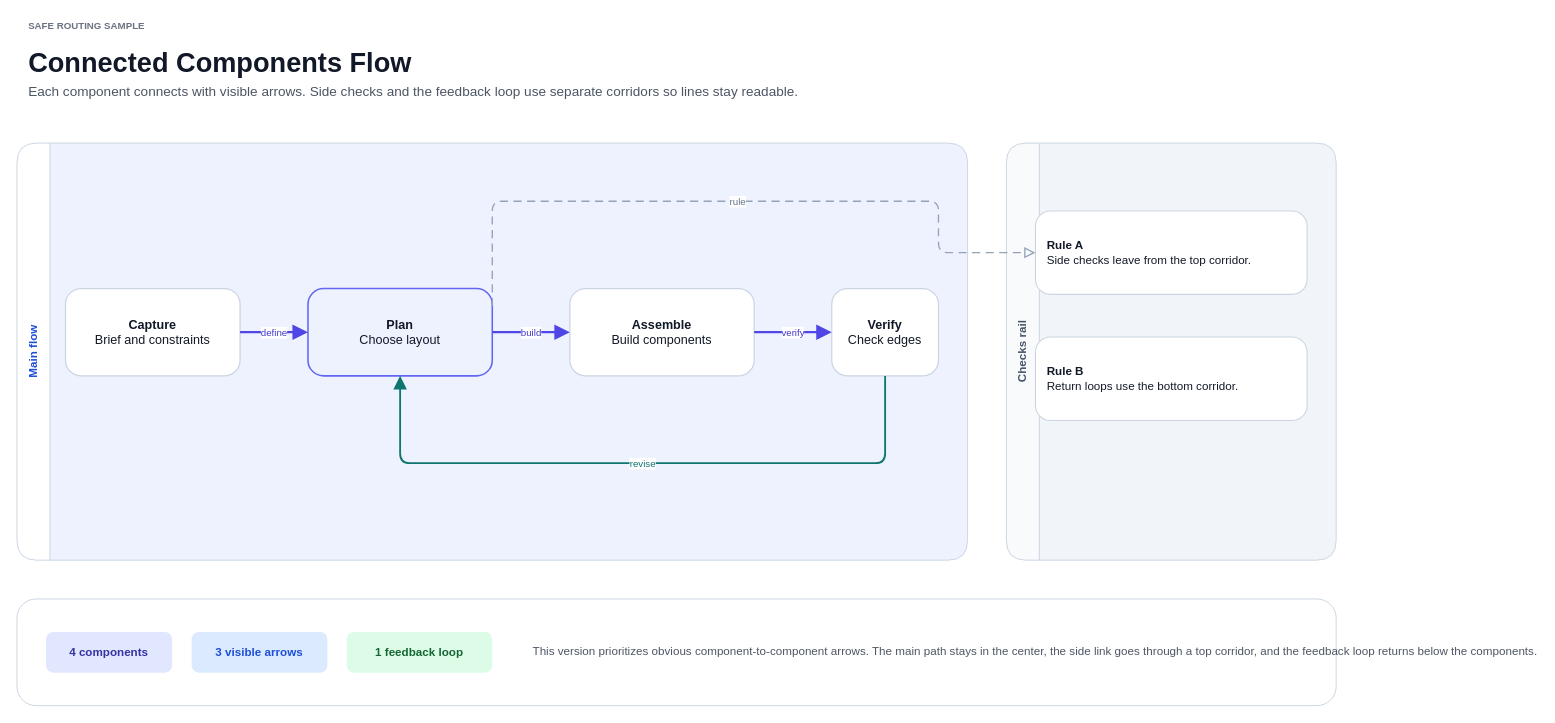
This is assets/safe-layout-routed-canvas.drawio from gigio1023/drawio-agent-skill, a draw.io file, before an edit. Source tidied: cells renumbered, new cells numbered last; positions are measured from the earlier drawing's top-left corner, leaving out a move shared by most shapes. Both pictures are drawn from the tidied source at 97%, with x=0, y=0 at pixel (16, 16).
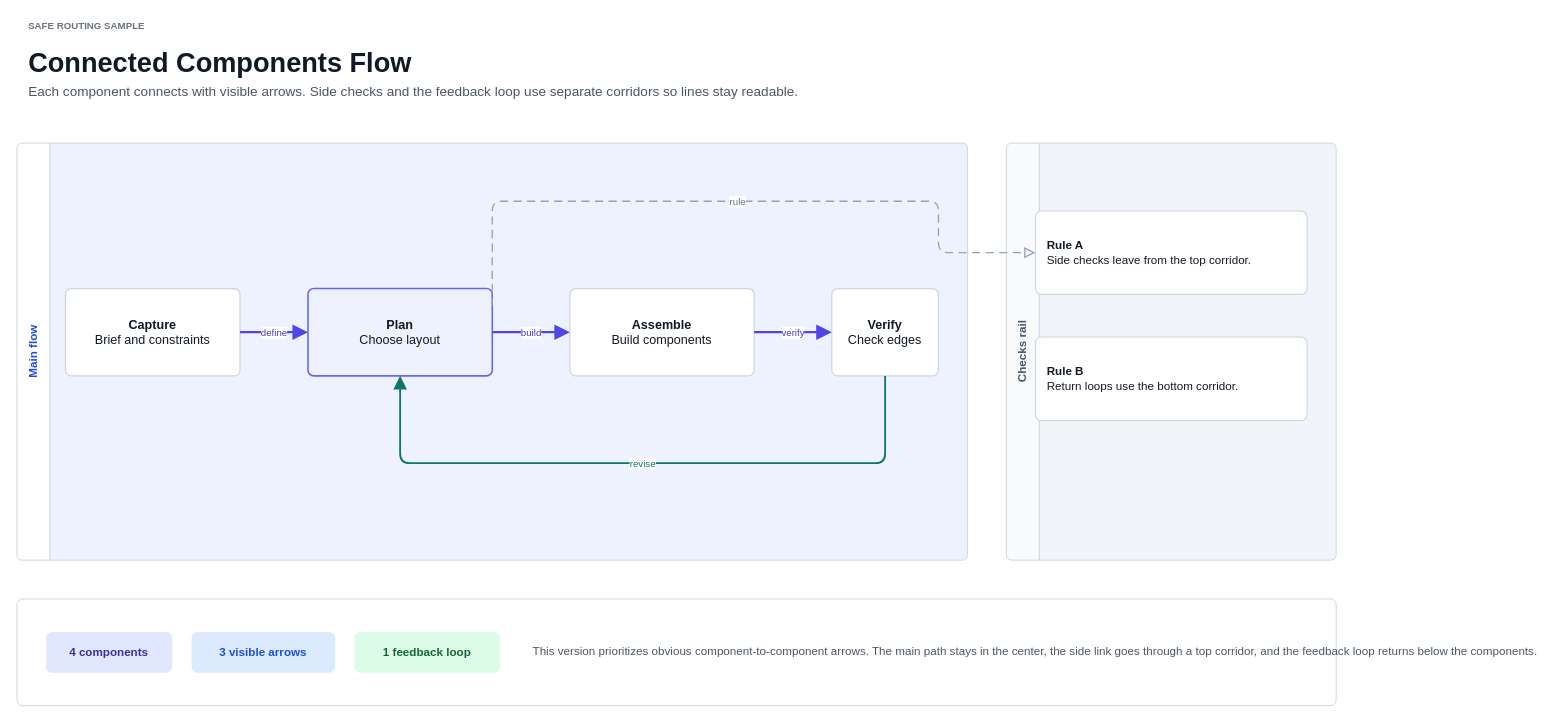
The same diagram, later.

Change to the diagram source:
```diff
@@
-    <mxCell id="5" value="&lt;b&gt;Main flow&lt;/b&gt;" style="swimlane;startSize=34;rounded=1;arcSize=20;html=1;whiteSpace=wrap;fillColor=#FFFFFF;swimlaneFillColor=#EEF2FF;strokeColor=#CBD5E1;fontColor=#1D4ED8;fontStyle=1;horizontal=0;" parent="1" vertex="1">
+    <mxCell id="5" value="&lt;b&gt;Main flow&lt;/b&gt;" style="swimlane;startSize=34;rounded=1;absoluteArcSize=1;arcSize=12;html=1;whiteSpace=wrap;fillColor=#FFFFFF;swimlaneFillColor=#EEF2FF;strokeColor=#CBD5E1;fontColor=#1D4ED8;fontStyle=1;horizontal=0;" parent="1" vertex="1">
       <mxGeometry y="130" width="980" height="430" as="geometry" />
     </mxCell>
-    <mxCell id="6" value="&lt;b&gt;Checks rail&lt;/b&gt;" style="swimlane;startSize=34;rounded=1;arcSize=20;html=1;whiteSpace=wrap;fillColor=#F8FAFC;swimlaneFillColor=#F1F5F9;strokeColor=#CBD5E1;fontColor=#475569;fontStyle=1;horizontal=0;" parent="1" vertex="1">
+    <mxCell id="6" value="&lt;b&gt;Checks rail&lt;/b&gt;" style="swimlane;startSize=34;rounded=1;absoluteArcSize=1;arcSize=12;html=1;whiteSpace=wrap;fillColor=#F8FAFC;swimlaneFillColor=#F1F5F9;strokeColor=#CBD5E1;fontColor=#475569;fontStyle=1;horizontal=0;" parent="1" vertex="1">
       <mxGeometry x="1020" y="130" width="340" height="430" as="geometry" />
     </mxCell>
-    <mxCell id="7" style="rounded=1;html=1;whiteSpace=wrap;fillColor=#FFFFFF;strokeColor=#CBD5E1;arcSize=18;" parent="1" vertex="1">
+    <mxCell id="7" style="rounded=1;absoluteArcSize=1;arcSize=12;html=1;whiteSpace=wrap;fillColor=#FFFFFF;strokeColor=#CBD5E1;" parent="1" vertex="1">
       <mxGeometry y="600" width="1360" height="110" as="geometry" />
     </mxCell>
-    <mxCell id="8" value="&lt;b&gt;Capture&lt;/b&gt;&lt;br&gt;Brief and constraints" style="rounded=1;whiteSpace=wrap;html=1;fillColor=#FFFFFF;strokeColor=#CBD5E1;strokeWidth=1.25;fontColor=#111827;fontSize=13;spacing=12;arcSize=18;align=center;verticalAlign=middle;" parent="5" vertex="1">
+    <mxCell id="8" value="&lt;b&gt;Capture&lt;/b&gt;&lt;br&gt;Brief and constraints" style="rounded=1;absoluteArcSize=1;arcSize=12;whiteSpace=wrap;html=1;fillColor=#FFFFFF;strokeColor=#CBD5E1;strokeWidth=1.25;fontColor=#111827;fontSize=13;spacing=12;align=center;verticalAlign=middle;" parent="5" vertex="1">
       <mxGeometry x="50" y="150" width="180" height="90" as="geometry" />
     </mxCell>
-    <mxCell id="9" value="&lt;b&gt;Plan&lt;/b&gt;&lt;br&gt;Choose layout" style="rounded=1;whiteSpace=wrap;html=1;fillColor=#EEF2FF;strokeColor=#6366F1;strokeWidth=1.6;fontColor=#111827;fontSize=13;spacing=12;arcSize=18;align=center;verticalAlign=middle;" parent="5" vertex="1">
+    <mxCell id="9" value="&lt;b&gt;Plan&lt;/b&gt;&lt;br&gt;Choose layout" style="rounded=1;absoluteArcSize=1;arcSize=12;whiteSpace=wrap;html=1;fillColor=#EEF2FF;strokeColor=#6366F1;strokeWidth=1.6;fontColor=#111827;fontSize=13;spacing=12;align=center;verticalAlign=middle;" parent="5" vertex="1">
       <mxGeometry x="300" y="150" width="190" height="90" as="geometry" />
     </mxCell>
-    <mxCell id="10" value="&lt;b&gt;Assemble&lt;/b&gt;&lt;br&gt;Build components" style="rounded=1;whiteSpace=wrap;html=1;fillColor=#FFFFFF;strokeColor=#CBD5E1;strokeWidth=1.25;fontColor=#111827;fontSize=13;spacing=12;arcSize=18;align=center;verticalAlign=middle;" parent="5" vertex="1">
+    <mxCell id="10" value="&lt;b&gt;Assemble&lt;/b&gt;&lt;br&gt;Build components" style="rounded=1;absoluteArcSize=1;arcSize=12;whiteSpace=wrap;html=1;fillColor=#FFFFFF;strokeColor=#CBD5E1;strokeWidth=1.25;fontColor=#111827;fontSize=13;spacing=12;align=center;verticalAlign=middle;" parent="5" vertex="1">
       <mxGeometry x="570" y="150" width="190" height="90" as="geometry" />
     </mxCell>
-    <mxCell id="11" value="&lt;b&gt;Verify&lt;/b&gt;&lt;br&gt;Check edges" style="rounded=1;whiteSpace=wrap;html=1;fillColor=#FFFFFF;strokeColor=#CBD5E1;strokeWidth=1.25;fontColor=#111827;fontSize=13;spacing=12;arcSize=18;align=center;verticalAlign=middle;" parent="5" vertex="1">
+    <mxCell id="11" value="&lt;b&gt;Verify&lt;/b&gt;&lt;br&gt;Check edges" style="rounded=1;absoluteArcSize=1;arcSize=12;whiteSpace=wrap;html=1;fillColor=#FFFFFF;strokeColor=#CBD5E1;strokeWidth=1.25;fontColor=#111827;fontSize=13;spacing=12;align=center;verticalAlign=middle;" parent="5" vertex="1">
       <mxGeometry x="840" y="150" width="110" height="90" as="geometry" />
     </mxCell>
-    <mxCell id="12" value="&lt;b&gt;Rule A&lt;/b&gt;&lt;br&gt;Side checks leave from the top corridor." style="rounded=1;whiteSpace=wrap;html=1;fillColor=#FFFFFF;strokeColor=#CBD5E1;strokeWidth=1.1;fontColor=#111827;fontSize=12;spacing=12;arcSize=18;align=left;verticalAlign=middle;" parent="6" vertex="1">
+    <mxCell id="12" value="&lt;b&gt;Rule A&lt;/b&gt;&lt;br&gt;Side checks leave from the top corridor." style="rounded=1;absoluteArcSize=1;arcSize=12;whiteSpace=wrap;html=1;fillColor=#FFFFFF;strokeColor=#CBD5E1;strokeWidth=1.1;fontColor=#111827;fontSize=12;spacing=12;align=left;verticalAlign=middle;" parent="6" vertex="1">
       <mxGeometry x="30" y="70" width="280" height="86" as="geometry" />
     </mxCell>
-    <mxCell id="13" value="&lt;b&gt;Rule B&lt;/b&gt;&lt;br&gt;Return loops use the bottom corridor." style="rounded=1;whiteSpace=wrap;html=1;fillColor=#FFFFFF;strokeColor=#CBD5E1;strokeWidth=1.1;fontColor=#111827;fontSize=12;spacing=12;arcSize=18;align=left;verticalAlign=middle;" parent="6" vertex="1">
+    <mxCell id="13" value="&lt;b&gt;Rule B&lt;/b&gt;&lt;br&gt;Return loops use the bottom corridor." style="rounded=1;absoluteArcSize=1;arcSize=12;whiteSpace=wrap;html=1;fillColor=#FFFFFF;strokeColor=#CBD5E1;strokeWidth=1.1;fontColor=#111827;fontSize=12;spacing=12;align=left;verticalAlign=middle;" parent="6" vertex="1">
       <mxGeometry x="30" y="200" width="280" height="86" as="geometry" />
     </mxCell>
-    <mxCell id="14" value="4 components" style="rounded=1;whiteSpace=wrap;html=1;fillColor=#E0E7FF;strokeColor=none;fontColor=#3730A3;fontSize=12;fontStyle=1;arcSize=18;" parent="7" vertex="1">
+    <mxCell id="14" value="4 components" style="rounded=1;absoluteArcSize=1;arcSize=12;whiteSpace=wrap;html=1;fillColor=#E0E7FF;strokeColor=none;fontColor=#3730A3;fontSize=12;fontStyle=1;spacing=10;" parent="7" vertex="1">
       <mxGeometry x="30" y="34" width="130" height="42" as="geometry" />
     </mxCell>
-    <mxCell id="15" value="3 visible arrows" style="rounded=1;whiteSpace=wrap;html=1;fillColor=#DBEAFE;strokeColor=none;fontColor=#1D4ED8;fontSize=12;fontStyle=1;arcSize=18;" parent="7" vertex="1">
-      <mxGeometry x="180" y="34" width="140" height="42" as="geometry" />
+    <mxCell id="15" value="3 visible arrows" style="rounded=1;absoluteArcSize=1;arcSize=12;whiteSpace=wrap;html=1;fillColor=#DBEAFE;strokeColor=none;fontColor=#1D4ED8;fontSize=12;fontStyle=1;spacing=10;" parent="7" vertex="1">
+      <mxGeometry x="180" y="34" width="148" height="42" as="geometry" />
     </mxCell>
-    <mxCell id="16" value="1 feedback loop" style="rounded=1;whiteSpace=wrap;html=1;fillColor=#DCFCE7;strokeColor=none;fontColor=#166534;fontSize=12;fontStyle=1;arcSize=18;" parent="7" vertex="1">
-      <mxGeometry x="340" y="34" width="150" height="42" as="geometry" />
+    <mxCell id="16" value="1 feedback loop" style="rounded=1;absoluteArcSize=1;arcSize=12;whiteSpace=wrap;html=1;fillColor=#DCFCE7;strokeColor=none;fontColor=#166534;fontSize=12;fontStyle=1;spacing=10;" parent="7" vertex="1">
+      <mxGeometry x="348" y="34" width="150" height="42" as="geometry" />
     </mxCell>
```
